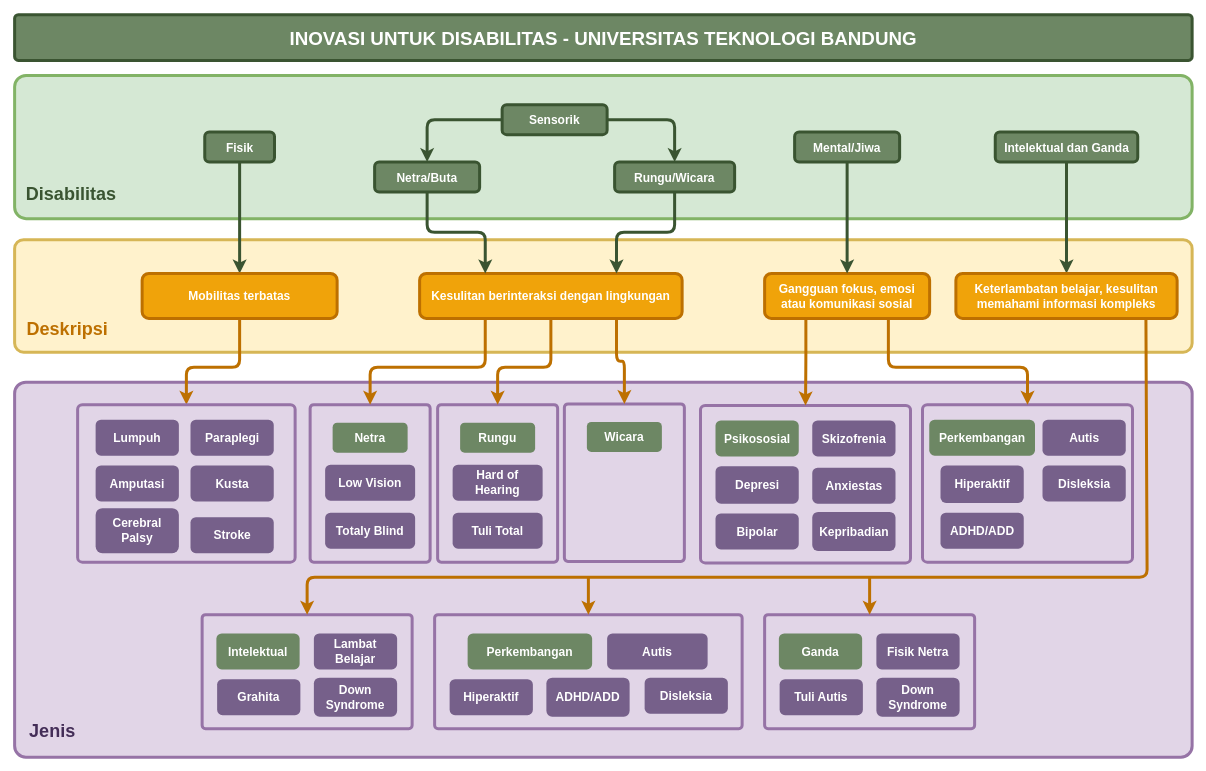
This is disabilitas/note.drawio from syukrillah0108/RICP, a draw.io file, before an edit. Source tidied: cells renumbered, new cells numbered last; positions are measured from the earlier drawing's top-left corner, leaving out a move shared by most shapes. Both pictures are drawn from the tidied source at 75%, with x=0, y=0 at pixel (14, 14).
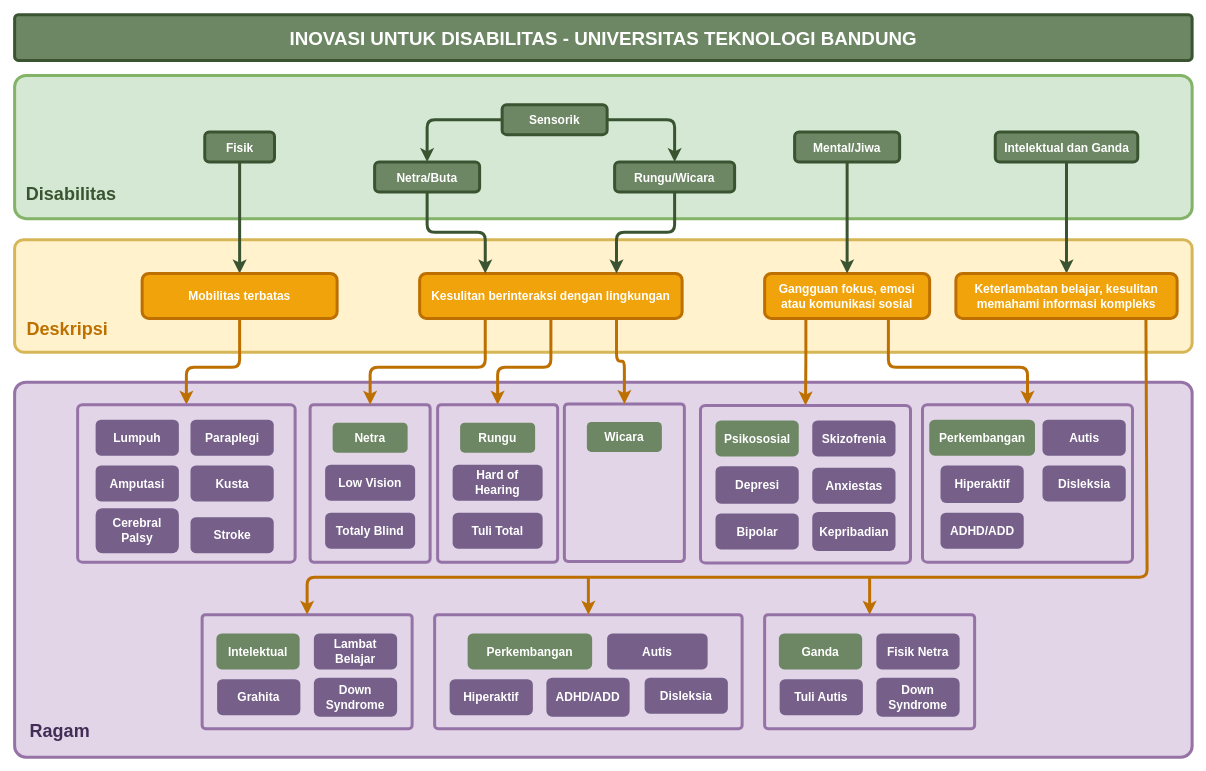
The same page after the edit.

Commit message (it also covers changes not shown here):
Update diagram and README for UAS Mikrocontroller projects

What changed in the source:
```diff
@@
-    <mxCell id="24" value="Jenis" style="text;html=1;align=center;verticalAlign=middle;strokeColor=none;fillColor=none;fontStyle=1;fontSize=24;fontColor=light-dark(#432d57, #ededed);" parent="1" vertex="1">
-      <mxGeometry x="10" y="936" width="80" height="40" as="geometry" />
+    <mxCell id="24" value="Ragam" style="text;html=1;align=center;verticalAlign=middle;strokeColor=none;fillColor=none;fontStyle=1;fontSize=24;fontColor=light-dark(#432d57, #ededed);" parent="1" vertex="1">
+      <mxGeometry x="10" y="936" width="100" height="40" as="geometry" />
     </mxCell>
```
